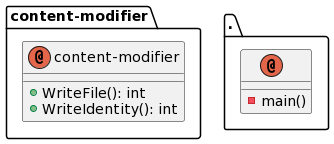
Above: docs/architecture/actual.png in ntrotner/otp-filemanager (PlantUML), before the change. Source of this version:
```plantuml
@startuml
package content-modifier{
annotation content-modifier {


+WriteFile(): int
+WriteIdentity(): int
}
}
package .{
annotation . {


-main()
}
}
@enduml
```
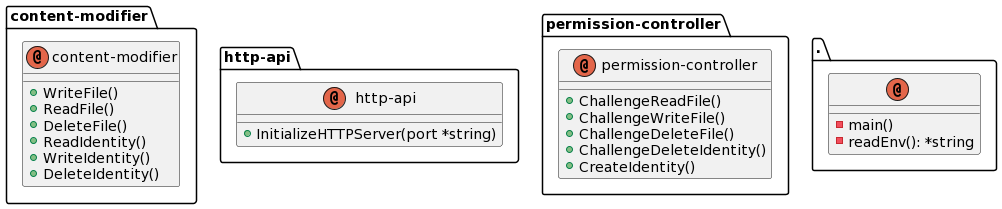
After the commit.

The edit, as a diff of the source:
```diff
@@ -3,8 +3,30 @@
 annotation content-modifier {
 
 
-+WriteFile(): int
-+WriteIdentity(): int
++WriteFile()
++ReadFile()
++DeleteFile()
++ReadIdentity()
++WriteIdentity()
++DeleteIdentity()
+}
+}
+package http-api{
+annotation http-api {
+
+
++InitializeHTTPServer(port *string)
+}
+}
+package permission-controller{
+annotation permission-controller {
+
+
++ChallengeReadFile()
++ChallengeWriteFile()
++ChallengeDeleteFile()
++ChallengeDeleteIdentity()
++CreateIdentity()
 }
 }
 package .{
@@ -12,6 +34,7 @@
 
 
 -main()
+-readEnv(): *string
 }
 }
 @enduml
```
